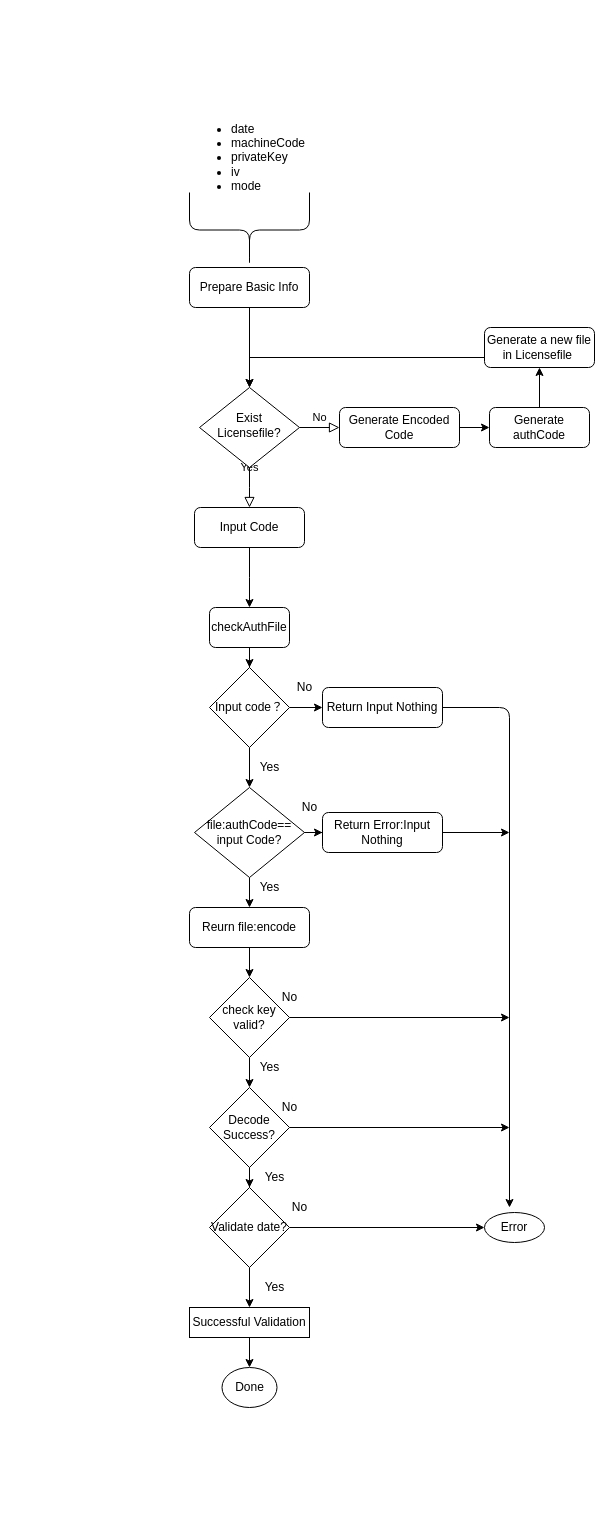
Earlier version of the draw.io diagram Untitled Diagram.drawio (xuunnis123/RegisterCode). Source tidied: cells renumbered, new cells numbered last; positions are measured from the earlier drawing's top-left corner, leaving out a move shared by most shapes. Both pictures are drawn from the tidied source at 100%, with x=0, y=0 at pixel (189, 107).
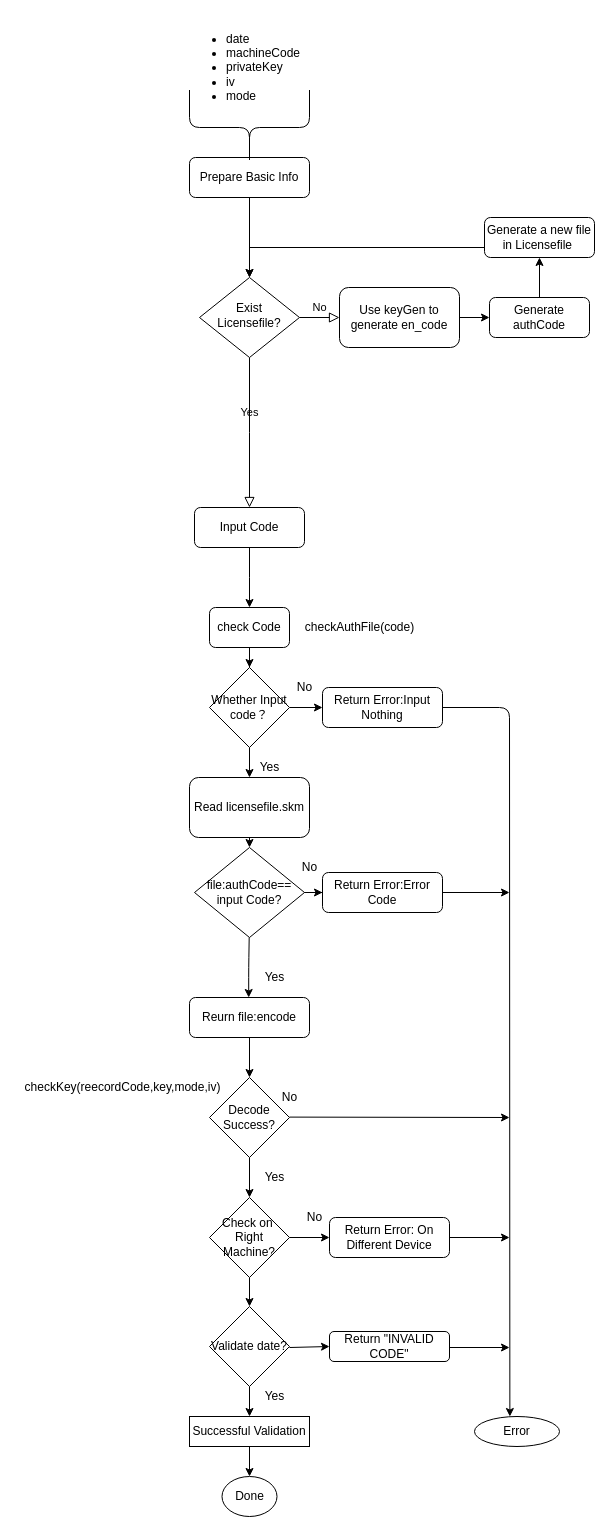
After the change.

The edit, as a diff of the source:
```diff
@@
-    <mxCell id="3" value="No" style="edgeStyle=orthogonalEdgeStyle;rounded=0;html=1;jettySize=auto;fontSize=11;endArrow=block;endFill=0;endSize=8;strokeWidth=1;shadow=0;labelBackgroundColor=none;" parent="1" edge="1" source="4" target="6">
+    <mxCell id="3" value="No" style="edgeStyle=orthogonalEdgeStyle;rounded=0;html=1;jettySize=auto;fontSize=11;endArrow=block;endFill=0;endSize=8;strokeWidth=1;shadow=0;labelBackgroundColor=none;entryX=0;entryY=0.5;entryDx=0;entryDy=0;" parent="1" edge="1" source="4" target="54">
       <mxGeometry y="10" relative="1" as="geometry" />
     </mxCell>
     <mxCell id="4" value="Exist Licensefile?" style="rhombus;whiteSpace=wrap;html=1;shadow=0;fontFamily=Helvetica;fontSize=12;align=center;strokeWidth=1;spacing=6;spacingTop=-4;" parent="1" vertex="1">
-      <mxGeometry x="10" y="280" width="100" height="80" as="geometry" />
+      <mxGeometry x="10" y="170" width="100" height="80" as="geometry" />
     </mxCell>
-    <mxCell id="5" style="edgeStyle=orthogonalEdgeStyle;rounded=0;jettySize=auto;html=1;" parent="1" edge="1" source="6" target="14">
+    <mxCell id="5" style="edgeStyle=orthogonalEdgeStyle;rounded=0;jettySize=auto;html=1;exitX=1;exitY=0.5;exitDx=0;exitDy=0;" parent="1" edge="1" source="54" target="14">
       <mxGeometry relative="1" as="geometry" />
     </mxCell>
-    <mxCell id="6" value="Generate Encoded Code" style="rounded=1;whiteSpace=wrap;html=1;fontSize=12;glass=0;strokeWidth=1;shadow=0;" parent="1" vertex="1">
-      <mxGeometry x="150" y="300" width="120" height="40" as="geometry" />
-    </mxCell>
-    <mxCell id="7" style="edgeStyle=orthogonalEdgeStyle;rounded=0;jettySize=auto;html=1;entryX=0.5;entryY=0;entryDx=0;entryDy=0;" parent="1" edge="1" source="8" target="4">
-      <mxGeometry relative="1" as="geometry" />
-    </mxCell>
     <mxCell id="8" value="Prepare Basic Info" style="rounded=1;whiteSpace=wrap;html=1;" parent="1" vertex="1">
-      <mxGeometry y="160" width="120" height="40" as="geometry" />
+      <mxGeometry y="50" width="120" height="40" as="geometry" />
     </mxCell>
     <mxCell id="9" style="edgeStyle=orthogonalEdgeStyle;rounded=0;jettySize=auto;html=1;" parent="1" edge="1" source="10" target="4">
       <mxGeometry relative="1" as="geometry">
         <Array as="points">
-          <mxPoint x="60" y="250" />
+          <mxPoint x="60" y="140" />
         </Array>
       </mxGeometry>
     </mxCell>
     <mxCell id="10" value="Generate a new file in Licensefile&amp;nbsp;" style="rounded=1;whiteSpace=wrap;html=1;" parent="1" vertex="1">
-      <mxGeometry x="295" y="220" width="110" height="40" as="geometry" />
+      <mxGeometry x="295" y="110" width="110" height="40" as="geometry" />
     </mxCell>
     <mxCell id="11" style="shape=curlyBracket;whiteSpace=wrap;html=1;rounded=1;rotation=-90;size=0.5;" parent="1" vertex="1">
-      <mxGeometry x="22.5" y="62.5" width="75" height="120" as="geometry" />
+      <mxGeometry x="22.5" y="-40" width="75" height="120" as="geometry" />
     </mxCell>
     <mxCell id="12" value="&lt;ul&gt;&lt;li&gt;date&lt;/li&gt;&lt;li&gt;machineCode&lt;/li&gt;&lt;li&gt;privateKey&lt;/li&gt;&lt;li&gt;iv&lt;/li&gt;&lt;li&gt;mode&lt;/li&gt;&lt;/ul&gt;" style="text;strokeColor=none;fillColor=none;html=1;whiteSpace=wrap;verticalAlign=middle;overflow=hidden;" parent="1" vertex="1">
-      <mxGeometry width="120" height="100" as="geometry" />
+      <mxGeometry x="-5" y="-90" width="120" height="100" as="geometry" />
     </mxCell>
@@
     <mxCell id="14" value="Generate authCode" style="whiteSpace=wrap;html=1;rounded=1;shadow=0;strokeWidth=1;glass=0;" parent="1" vertex="1">
-      <mxGeometry x="300" y="300" width="100" height="40" as="geometry" />
+      <mxGeometry x="300" y="190" width="100" height="40" as="geometry" />
     </mxCell>
@@
-    <mxCell id="18" value="checkAuthFile" style="rounded=1;whiteSpace=wrap;html=1;" parent="1" vertex="1">
+    <mxCell id="18" value="check Code" style="rounded=1;whiteSpace=wrap;html=1;" parent="1" vertex="1">
       <mxGeometry x="20" y="500" width="80" height="40" as="geometry" />
     </mxCell>
@@
-    <mxCell id="20" style="edgeStyle=orthogonalEdgeStyle;rounded=0;jettySize=auto;html=1;" parent="1" edge="1" source="21" target="27">
-      <mxGeometry relative="1" as="geometry" />
-    </mxCell>
-    <mxCell id="21" value="Input code？" style="rhombus;whiteSpace=wrap;html=1;" parent="1" vertex="1">
+    <mxCell id="21" value="Whether Input code？" style="rhombus;whiteSpace=wrap;html=1;" parent="1" vertex="1">
       <mxGeometry x="20" y="560" width="80" height="80" as="geometry" />
     </mxCell>
-    <mxCell id="22" value="Return Input Nothing" style="rounded=1;whiteSpace=wrap;html=1;" parent="1" vertex="1">
+    <mxCell id="22" value="Return Error:Input Nothing" style="rounded=1;whiteSpace=wrap;html=1;" parent="1" vertex="1">
       <mxGeometry x="133" y="580" width="120" height="40" as="geometry" />
     </mxCell>
@@
-    <mxCell id="26" style="edgeStyle=orthogonalEdgeStyle;rounded=0;jettySize=auto;html=1;" parent="1" edge="1" source="27" target="31">
-      <mxGeometry relative="1" as="geometry" />
-    </mxCell>
     <mxCell id="27" value="file:authCode==&lt;br&gt;input Code?" style="rhombus;whiteSpace=wrap;html=1;" parent="1" vertex="1">
-      <mxGeometry x="5" y="680" width="110" height="90" as="geometry" />
+      <mxGeometry x="5" y="740" width="110" height="90" as="geometry" />
     </mxCell>
-    <mxCell id="28" value="Return Error:Input Nothing" style="rounded=1;whiteSpace=wrap;html=1;" parent="1" vertex="1">
-      <mxGeometry x="133" y="705" width="120" height="40" as="geometry" />
+    <mxCell id="28" value="Return Error:Error Code" style="rounded=1;whiteSpace=wrap;html=1;" parent="1" vertex="1">
+      <mxGeometry x="133" y="765" width="120" height="40" as="geometry" />
     </mxCell>
     <mxCell id="29" value="No" style="text;html=1;align=center;verticalAlign=middle;" parent="1" vertex="1">
-      <mxGeometry x="105" y="690" width="30" height="20" as="geometry" />
+      <mxGeometry x="105" y="750" width="30" height="20" as="geometry" />
     </mxCell>
-    <mxCell id="30" style="edgeStyle=orthogonalEdgeStyle;rounded=0;jettySize=auto;html=1;" parent="1" edge="1" source="31" target="33">
-      <mxGeometry relative="1" as="geometry" />
-    </mxCell>
     <mxCell id="31" value="Reurn file:encode" style="rounded=1;whiteSpace=wrap;html=1;" parent="1" vertex="1">
-      <mxGeometry y="800" width="120" height="40" as="geometry" />
+      <mxGeometry y="890" width="120" height="40" as="geometry" />
     </mxCell>
-    <mxCell id="32" style="edgeStyle=orthogonalEdgeStyle;rounded=0;jettySize=auto;html=1;" parent="1" edge="1" source="33" target="36">
-      <mxGeometry relative="1" as="geometry" />
-    </mxCell>
-    <mxCell id="33" value="check key valid?" style="rhombus;whiteSpace=wrap;html=1;" parent="1" vertex="1">
-      <mxGeometry x="20" y="870" width="80" height="80" as="geometry" />
-    </mxCell>
-    <mxCell id="34" value="Yes" style="text;html=1;align=center;verticalAlign=middle;" parent="1" vertex="1">
-      <mxGeometry x="60" y="770" width="40" height="20" as="geometry" />
-    </mxCell>
-    <mxCell id="35" style="edgeStyle=orthogonalEdgeStyle;rounded=0;jettySize=auto;html=1;" parent="1" edge="1" source="36" target="39">
-      <mxGeometry relative="1" as="geometry" />
-    </mxCell>
     <mxCell id="36" value="Decode&lt;br&gt;Success?" style="rhombus;whiteSpace=wrap;html=1;" parent="1" vertex="1">
-      <mxGeometry x="20" y="980" width="80" height="80" as="geometry" />
+      <mxGeometry x="20" y="970" width="80" height="80" as="geometry" />
     </mxCell>
-    <mxCell id="37" style="edgeStyle=orthogonalEdgeStyle;rounded=0;jettySize=auto;html=1;" parent="1" edge="1" source="39" target="41">
-      <mxGeometry relative="1" as="geometry" />
-    </mxCell>
-    <mxCell id="38" style="edgeStyle=orthogonalEdgeStyle;rounded=0;jettySize=auto;html=1;" parent="1" edge="1" source="39" target="46">
-      <mxGeometry relative="1" as="geometry" />
-    </mxCell>
     <mxCell id="39" value="Validate date?" style="rhombus;whiteSpace=wrap;html=1;" parent="1" vertex="1">
-      <mxGeometry x="20" y="1080" width="80" height="80" as="geometry" />
+      <mxGeometry x="20" y="1199" width="80" height="80" as="geometry" />
     </mxCell>
@@
     <mxCell id="41" value="Successful Validation" style="whiteSpace=wrap;html=1;" parent="1" vertex="1">
-      <mxGeometry y="1200" width="120" height="30" as="geometry" />
+      <mxGeometry y="1309" width="120" height="30" as="geometry" />
     </mxCell>
     <mxCell id="42" value="Done" style="ellipse;whiteSpace=wrap;html=1;" parent="1" vertex="1">
-      <mxGeometry x="32.5" y="1260" width="55" height="40" as="geometry" />
+      <mxGeometry x="32.5" y="1369" width="55" height="40" as="geometry" />
     </mxCell>
     <mxCell id="43" value="Yes" style="text;html=1;align=center;verticalAlign=middle;" parent="1" vertex="1">
-      <mxGeometry x="60" y="950" width="40" height="20" as="geometry" />
+      <mxGeometry x="65" y="1060" width="40" height="20" as="geometry" />
     </mxCell>
-    <mxCell id="44" value="Yes" style="text;html=1;align=center;verticalAlign=middle;" parent="1" vertex="1">
-      <mxGeometry x="65" y="1060" width="40" height="20" as="geometry" />
-    </mxCell>
     <mxCell id="45" value="Yes" style="text;html=1;align=center;verticalAlign=middle;" parent="1" vertex="1">
-      <mxGeometry x="65" y="1170" width="40" height="20" as="geometry" />
+      <mxGeometry x="65" y="1279" width="40" height="20" as="geometry" />
     </mxCell>
     <mxCell id="46" value="Error" style="ellipse;whiteSpace=wrap;html=1;" parent="1" vertex="1">
-      <mxGeometry x="295" y="1105" width="60" height="30" as="geometry" />
+      <mxGeometry x="285" y="1309" width="85" height="30" as="geometry" />
     </mxCell>
-    <mxCell id="47" style="endArrow=classic;html=1;" parent="1" edge="1">
+    <mxCell id="47" style="endArrow=classic;html=1;entryX=0.416;entryY=0;entryDx=0;entryDy=0;entryPerimeter=0;" parent="1" edge="1" target="46">
       <mxGeometry relative="1" as="geometry">
         <mxPoint x="253" y="600" as="sourcePoint" />
-        <mxPoint x="320" y="1100" as="targetPoint" />
         <Array as="points">
           <mxPoint x="320" y="600" />
         </Array>
       </mxGeometry>
     </mxCell>
     <mxCell id="48" style="endArrow=classic;html=1;" parent="1" edge="1">
       <mxGeometry relative="1" as="geometry">
-        <mxPoint x="100" y="910" as="sourcePoint" />
-        <mxPoint x="320" y="910" as="targetPoint" />
+        <mxPoint x="100" y="1009.6" as="sourcePoint" />
+        <mxPoint x="320" y="1010" as="targetPoint" />
       </mxGeometry>
     </mxCell>
     <mxCell id="49" style="endArrow=classic;html=1;" parent="1" edge="1">
       <mxGeometry relative="1" as="geometry">
-        <mxPoint x="253" y="725" as="sourcePoint" />
-        <mxPoint x="320" y="725" as="targetPoint" />
+        <mxPoint x="253" y="785" as="sourcePoint" />
+        <mxPoint x="320" y="785" as="targetPoint" />
       </mxGeometry>
     </mxCell>
-    <mxCell id="50" style="endArrow=classic;html=1;" parent="1" edge="1">
-      <mxGeometry relative="1" as="geometry">
-        <mxPoint x="100" y="1020" as="sourcePoint" />
-        <mxPoint x="320" y="1020" as="targetPoint" />
-      </mxGeometry>
-    </mxCell>
     <mxCell id="51" value="No" style="text;html=1;align=center;verticalAlign=middle;" parent="1" vertex="1">
-      <mxGeometry x="85" y="880" width="30" height="20" as="geometry" />
+      <mxGeometry x="85" y="980" width="30" height="20" as="geometry" />
     </mxCell>
-    <mxCell id="52" value="No" style="text;html=1;align=center;verticalAlign=middle;" parent="1" vertex="1">
-      <mxGeometry x="85" y="990" width="30" height="20" as="geometry" />
-    </mxCell>
-    <mxCell id="53" value="No" style="text;html=1;align=center;verticalAlign=middle;" parent="1" vertex="1">
-      <mxGeometry x="95" y="1090" width="30" height="20" as="geometry" />
-    </mxCell>
+    <mxCell id="54" value="Use keyGen to generate en_code" style="rounded=1;whiteSpace=wrap;html=1;" parent="1" vertex="1">
+      <mxGeometry x="150" y="180" width="120" height="60" as="geometry" />
+    </mxCell>
+    <mxCell id="55" style="edgeStyle=orthogonalEdgeStyle;rounded=0;orthogonalLoop=1;jettySize=auto;html=1;exitX=0.5;exitY=1;exitDx=0;exitDy=0;" parent="1" edge="1" source="8" target="8">
+      <mxGeometry relative="1" as="geometry" />
+    </mxCell>
+    <mxCell id="56" value="Check on&amp;nbsp; Right Machine?" style="rhombus;whiteSpace=wrap;html=1;" parent="1" vertex="1">
+      <mxGeometry x="20" y="1090" width="80" height="80" as="geometry" />
+    </mxCell>
+    <mxCell id="57" style="endArrow=classic;html=1;exitX=1;exitY=0.5;exitDx=0;exitDy=0;" parent="1" edge="1" source="56">
+      <mxGeometry relative="1" as="geometry">
+        <mxPoint x="140" y="1130" as="targetPoint" />
+      </mxGeometry>
+    </mxCell>
+    <mxCell id="58" value="No" style="text;html=1;align=center;verticalAlign=middle;" parent="1" vertex="1">
+      <mxGeometry x="110" y="1100" width="30" height="20" as="geometry" />
+    </mxCell>
+    <mxCell id="59" value="Yes" style="text;html=1;align=center;verticalAlign=middle;" parent="1" vertex="1">
+      <mxGeometry x="65" y="860" width="40" height="20" as="geometry" />
+    </mxCell>
+    <mxCell id="60" style="endArrow=classic;html=1;" parent="1" edge="1">
+      <mxGeometry relative="1" as="geometry">
+        <mxPoint x="60" y="930" as="sourcePoint" />
+        <mxPoint x="60" y="970" as="targetPoint" />
+      </mxGeometry>
+    </mxCell>
+    <mxCell id="61" value="Return Error: On Different Device" style="rounded=1;whiteSpace=wrap;html=1;" parent="1" vertex="1">
+      <mxGeometry x="140" y="1110" width="120" height="40" as="geometry" />
+    </mxCell>
+    <mxCell id="62" style="endArrow=classic;html=1;entryX=0.5;entryY=0;entryDx=0;entryDy=0;" parent="1" edge="1" target="4">
+      <mxGeometry relative="1" as="geometry">
+        <mxPoint x="60" y="90" as="sourcePoint" />
+      </mxGeometry>
+    </mxCell>
+    <mxCell id="63" value="checkAuthFile(code)" style="text;html=1;align=center;verticalAlign=middle;" parent="1" vertex="1">
+      <mxGeometry x="110" y="510" width="120" height="20" as="geometry" />
+    </mxCell>
+    <mxCell id="64" value="Read licensefile.skm" style="rounded=1;whiteSpace=wrap;html=1;" parent="1" vertex="1">
+      <mxGeometry y="670" width="120" height="60" as="geometry" />
+    </mxCell>
+    <mxCell id="65" style="endArrow=classic;html=1;exitX=0.5;exitY=1;exitDx=0;exitDy=0;entryX=0.5;entryY=0;entryDx=0;entryDy=0;" parent="1" edge="1" source="21" target="64">
+      <mxGeometry relative="1" as="geometry" />
+    </mxCell>
+    <mxCell id="66" style="endArrow=classic;html=1;entryX=0.5;entryY=0;entryDx=0;entryDy=0;" parent="1" edge="1" target="27">
+      <mxGeometry relative="1" as="geometry">
+        <mxPoint x="60" y="730" as="sourcePoint" />
+      </mxGeometry>
+    </mxCell>
+    <mxCell id="67" style="endArrow=classic;html=1;" parent="1" edge="1">
+      <mxGeometry relative="1" as="geometry">
+        <mxPoint x="59.7" y="830" as="sourcePoint" />
+        <mxPoint x="59.2" y="890" as="targetPoint" />
+        <Array as="points">
+          <mxPoint x="59.2" y="860" />
+        </Array>
+      </mxGeometry>
+    </mxCell>
+    <mxCell id="68" value="checkKey(reecordCode,key,mode,iv)" style="text;html=1;align=center;verticalAlign=middle;" parent="1" vertex="1">
+      <mxGeometry x="-172.5" y="970" width="210" height="20" as="geometry" />
+    </mxCell>
+    <mxCell id="69" value="Return &quot;INVALID CODE&quot;" style="rounded=1;whiteSpace=wrap;html=1;" parent="1" vertex="1">
+      <mxGeometry x="140" y="1224" width="120" height="30" as="geometry" />
+    </mxCell>
+    <mxCell id="70" style="endArrow=classic;html=1;entryX=0.5;entryY=0;entryDx=0;entryDy=0;" parent="1" edge="1" target="41">
+      <mxGeometry relative="1" as="geometry">
+        <mxPoint x="60" y="1279" as="sourcePoint" />
+      </mxGeometry>
+    </mxCell>
+    <mxCell id="71" style="endArrow=classic;html=1;entryX=0;entryY=0.5;entryDx=0;entryDy=0;" parent="1" edge="1" target="69">
+      <mxGeometry relative="1" as="geometry">
+        <mxPoint x="100" y="1240" as="sourcePoint" />
+      </mxGeometry>
+    </mxCell>
+    <mxCell id="72" style="endArrow=classic;html=1;entryX=0.5;entryY=0;entryDx=0;entryDy=0;" parent="1" edge="1" target="56">
+      <mxGeometry relative="1" as="geometry">
+        <mxPoint x="60" y="1050" as="sourcePoint" />
+      </mxGeometry>
+    </mxCell>
+    <mxCell id="73" style="endArrow=classic;html=1;entryX=0.5;entryY=0;entryDx=0;entryDy=0;" parent="1" edge="1" target="39">
+      <mxGeometry relative="1" as="geometry">
+        <mxPoint x="60" y="1170" as="sourcePoint" />
+      </mxGeometry>
+    </mxCell>
+    <mxCell id="74" style="endArrow=classic;html=1;" parent="1" edge="1">
+      <mxGeometry relative="1" as="geometry">
+        <mxPoint x="260" y="1130" as="sourcePoint" />
+        <mxPoint x="320" y="1130" as="targetPoint" />
+      </mxGeometry>
+    </mxCell>
+    <mxCell id="75" style="endArrow=classic;html=1;" parent="1" edge="1">
+      <mxGeometry relative="1" as="geometry">
+        <mxPoint x="260" y="1240" as="sourcePoint" />
+        <mxPoint x="320" y="1240" as="targetPoint" />
+      </mxGeometry>
+    </mxCell>
```
